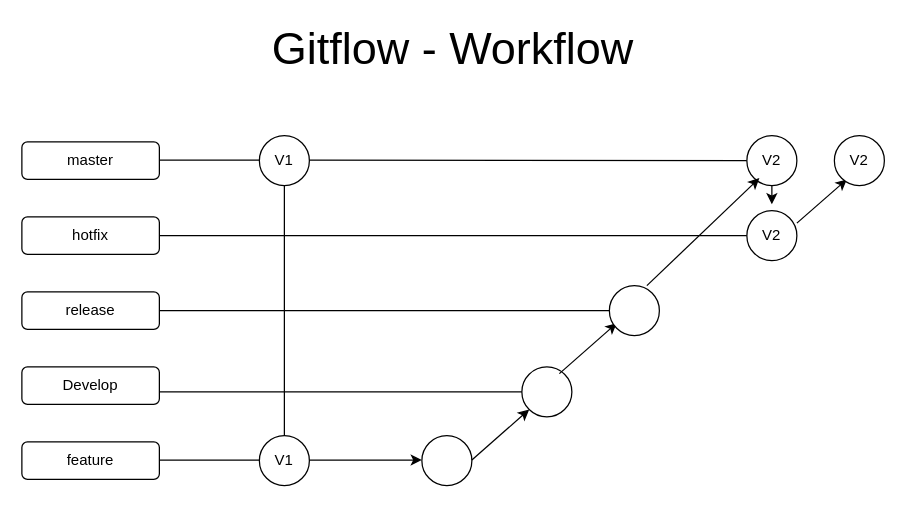
Earlier version of the draw.io diagram flowcharts/gitflow-workflow.drawio (dev-felipe/gitflow-workflow). Source tidied: cells renumbered, new cells numbered last; positions are measured from the earlier drawing's top-left corner, leaving out a move shared by most shapes. Both pictures are drawn from the tidied source at 125%, with x=0, y=0 at pixel (21, 35).
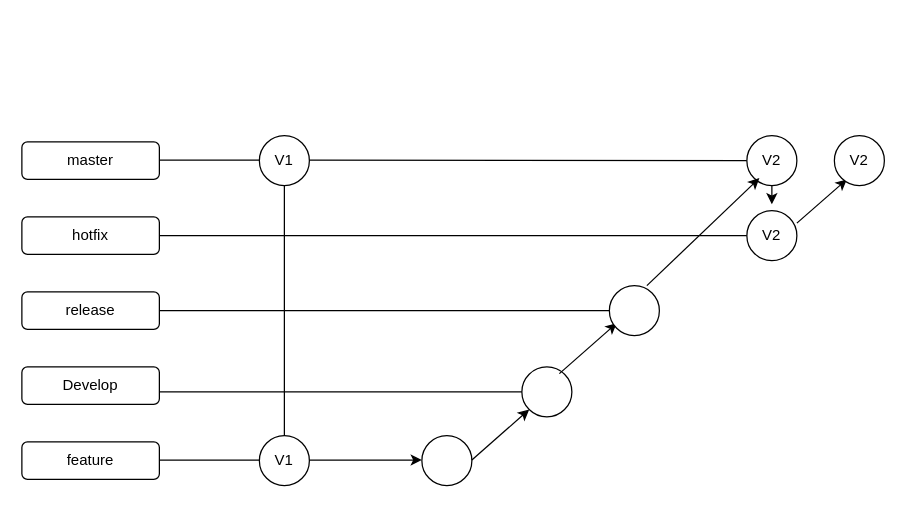
Above is the later version.

Commit message (it also covers changes not shown here):
edit chart draw

What changed in the source:
```diff
@@
-    <mxCell id="38" value="&lt;font style=&quot;font-size: 36px&quot;&gt;Gitflow - Workflow&lt;/font&gt;" style="text;html=1;strokeColor=none;fillColor=none;align=center;verticalAlign=middle;whiteSpace=wrap;rounded=0;" parent="1" vertex="1">
-      <mxGeometry x="175" width="340" height="20" as="geometry" />
-    </mxCell>
```
